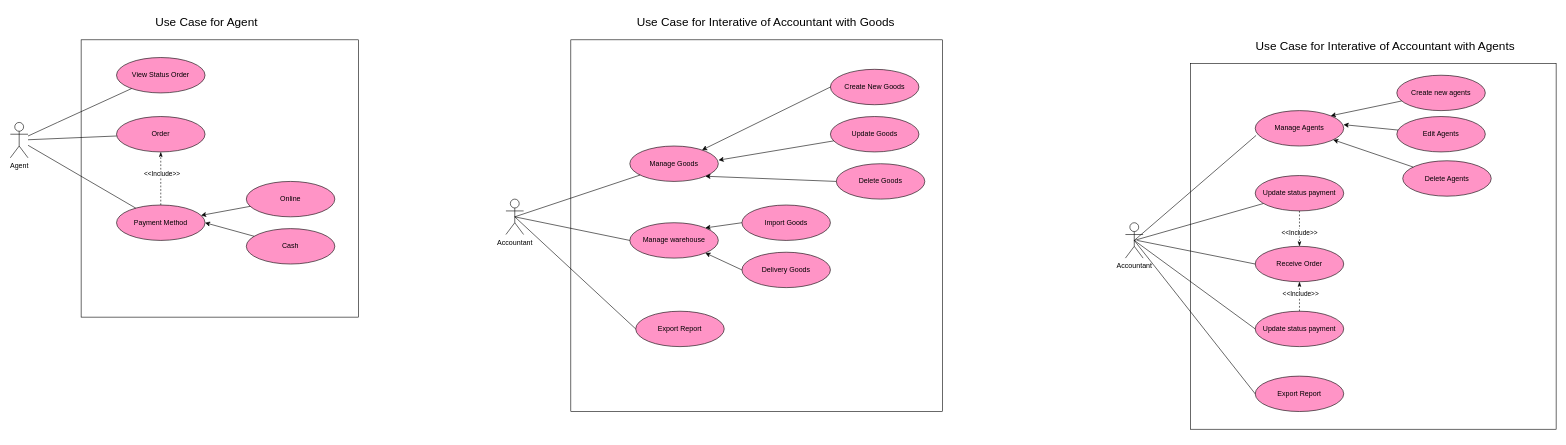
This is page "Use Case" (2 of 2) of SE_Final.drawio from KTPx4/SE_Final, a draw.io file, before an edit. Source tidied: cells renumbered, new cells numbered last; positions are measured from the earlier drawing's top-left corner, leaving out a move shared by most shapes. Both pictures are drawn from the tidied source at 59%, with x=0, y=0 at pixel (10, 10).
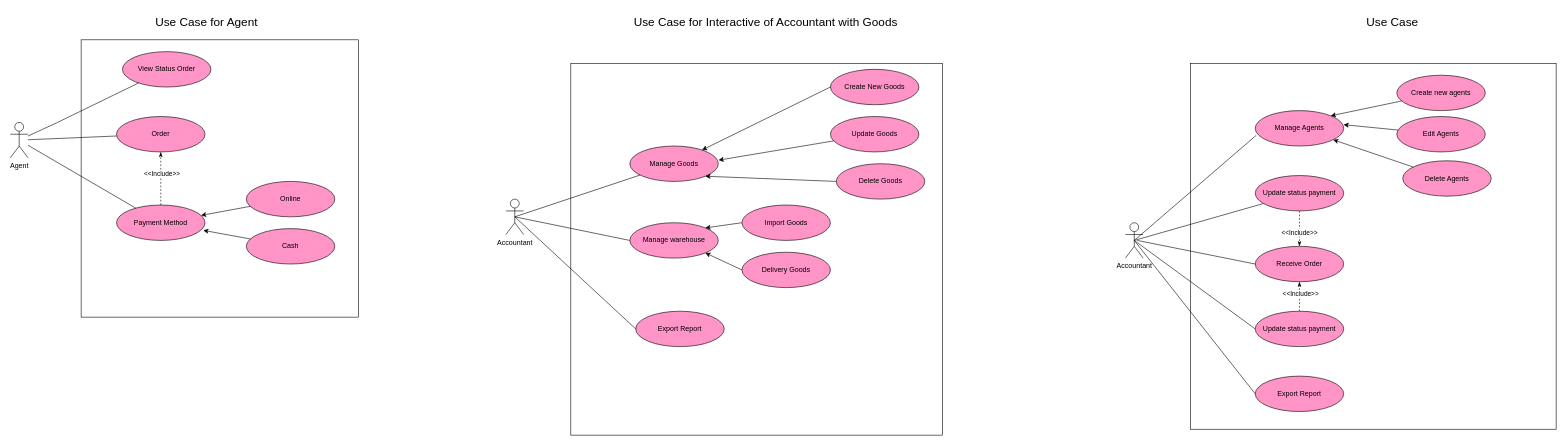
After the change.

The change refers to these unchanged cells:
```xml
<mxCell id="6" value="Payment Method" style="ellipse;whiteSpace=wrap;html=1;fillColor=#FF94C6;strokeColor=default;" parent="1" vertex="1">
  <mxGeometry x="180" y="330" width="150" height="60" as="geometry" />
</mxCell>
<mxCell id="12" value="Cash" style="ellipse;whiteSpace=wrap;html=1;fillColor=#FF94C6;strokeColor=default;" parent="1" vertex="1">
  <mxGeometry x="400" y="370" width="150" height="60" as="geometry" />
</mxCell>
```

Change to the diagram source:
```diff
@@
-    <mxCell id="14" style="endArrow=classic;html=1;rounded=0;entryX=1;entryY=0.5;entryDx=0;entryDy=0;" parent="1" edge="1" source="12" target="6">
+    <mxCell id="14" style="endArrow=classic;html=1;rounded=0;entryX=0.98;entryY=0.715;entryDx=0;entryDy=0;entryPerimeter=0;" parent="1" edge="1" source="12" target="6">
       <mxGeometry relative="1" as="geometry" />
     </mxCell>
     <mxCell id="15" value="View Status Order" style="ellipse;whiteSpace=wrap;html=1;fillColor=#FF94C6;" parent="1" vertex="1">
-      <mxGeometry x="180" y="80" width="150" height="60" as="geometry" />
+      <mxGeometry x="190" y="70" width="150" height="60" as="geometry" />
     </mxCell>
@@
     <mxCell id="18" style="whiteSpace=wrap;html=1;" parent="1" vertex="1">
-      <mxGeometry x="950" y="50" width="630" height="630" as="geometry" />
+      <mxGeometry x="950" y="90" width="630" height="630" as="geometry" />
     </mxCell>
@@
-    <mxCell id="21" value="&lt;font style=&quot;font-size: 20px;&quot;&gt;Use Case for Interative of Accountant with Goods&lt;/font&gt;" style="text;html=1;align=center;verticalAlign=middle;strokeColor=none;fillColor=none;fontSize=17;" parent="1" vertex="1">
-      <mxGeometry x="1050" width="460" height="40" as="geometry" />
+    <mxCell id="21" value="&lt;font style=&quot;font-size: 20px;&quot;&gt;Use Case for Interactive of Accountant with Goods&lt;/font&gt;" style="text;html=1;align=center;verticalAlign=middle;strokeColor=none;fillColor=none;fontSize=17;" parent="1" vertex="1">
+      <mxGeometry x="1045" width="470" height="40" as="geometry" />
     </mxCell>
@@
-    <mxCell id="43" value="&lt;font style=&quot;font-size: 20px;&quot;&gt;Use Case for Interative of Accountant with Agents&lt;/font&gt;" style="text;html=1;align=center;verticalAlign=middle;strokeColor=none;fillColor=none;fontSize=17;" parent="1" vertex="1">
-      <mxGeometry x="2100" y="40" width="460" height="40" as="geometry" />
+    <mxCell id="43" value="&lt;font style=&quot;font-size: 20px;&quot;&gt;Use Case&amp;nbsp;&lt;/font&gt;" style="text;html=1;align=center;verticalAlign=middle;strokeColor=none;fillColor=none;fontSize=17;" parent="1" vertex="1">
+      <mxGeometry x="2285" width="120" height="40" as="geometry" />
     </mxCell>
```
